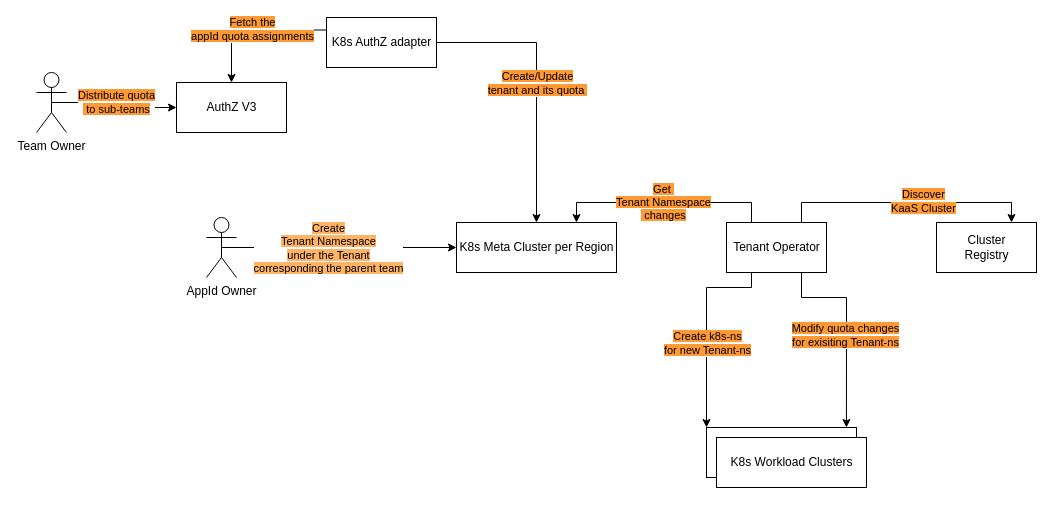
Before: Solution2.drawio in Purushotham233/first_app, a draw.io diagram. Source tidied: cells renumbered, new cells numbered last; positions are measured from the earlier drawing's top-left corner, leaving out a move shared by most shapes. Both pictures are drawn from the tidied source at 100%, with x=0, y=0 at pixel (36, 17).
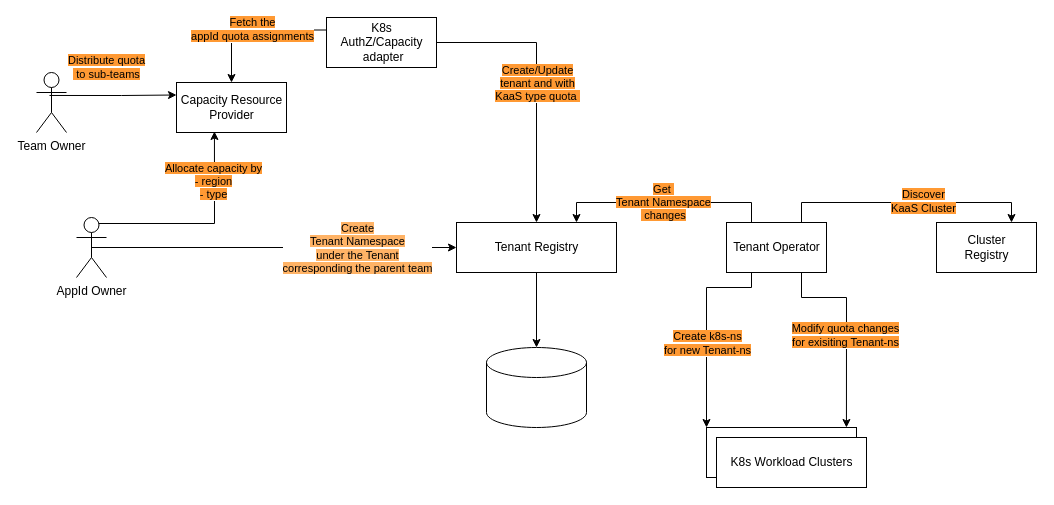
Above is the later version.

Unchanged cells that the change refers to:
```xml
<mxCell id="3" style="edgeStyle=orthogonalEdgeStyle;rounded=0;jettySize=auto;html=1;exitX=1;exitY=0.5;exitDx=0;exitDy=0;" parent="1" edge="1" source="6" target="7">
  <mxGeometry relative="1" as="geometry" />
</mxCell>
<mxCell id="9" value="Team Owner" style="shape=umlActor;verticalLabelPosition=bottom;verticalAlign=top;html=1;" parent="1" vertex="1">
  <mxGeometry y="55" width="30" height="60" as="geometry" />
</mxCell>
<mxCell id="10" style="edgeStyle=orthogonalEdgeStyle;rounded=0;jettySize=auto;html=1;exitX=0.5;exitY=0.5;exitDx=0;exitDy=0;exitPerimeter=0;entryX=0;entryY=0.5;entryDx=0;entryDy=0;" parent="1" edge="1" source="12" target="7">
  <mxGeometry relative="1" as="geometry" />
</mxCell>
```

The edit, as a diff of the source:
```diff
@@
-    <mxCell id="2" value="AuthZ V3" style="html=1;" parent="1" vertex="1">
+    <mxCell id="2" value="Capacity Resource &lt;br&gt;Provider" style="html=1;" parent="1" vertex="1">
       <mxGeometry x="140" y="65" width="110" height="50" as="geometry" />
     </mxCell>
@@
-    <mxCell id="4" value="&lt;span style=&quot;background-color: rgb(255 , 153 , 51)&quot;&gt;Create/Update &lt;br&gt;tenant and its quota&amp;nbsp;&lt;/span&gt;" style="edgeLabel;html=1;align=center;verticalAlign=middle;" parent="3" vertex="1">
+    <mxCell id="4" value="&lt;span style=&quot;background-color: rgb(255 , 153 , 51)&quot;&gt;Create/Update &lt;br&gt;tenant and with &lt;br&gt;KaaS type quota&amp;nbsp;&lt;/span&gt;" style="edgeLabel;html=1;align=center;verticalAlign=middle;" parent="3" vertex="1">
       <mxGeometry relative="1" as="geometry" />
     </mxCell>
@@
-    <mxCell id="6" value="K8s AuthZ adapter" style="html=1;" parent="1" vertex="1">
+    <mxCell id="6" value="K8s &lt;br&gt;AuthZ/Capacity&lt;br&gt;&amp;nbsp;adapter" style="html=1;" parent="1" vertex="1">
       <mxGeometry x="290" width="110" height="50" as="geometry" />
     </mxCell>
+    <mxCell id="24" style="edgeStyle=orthogonalEdgeStyle;rounded=0;jettySize=auto;html=1;exitX=0.5;exitY=1;exitDx=0;exitDy=0;entryX=0.5;entryY=0;entryDx=0;entryDy=0;entryPerimeter=0;" parent="1" edge="1" source="7" target="27">
+      <mxGeometry relative="1" as="geometry" />
+    </mxCell>
-    <mxCell id="7" value="K8s Meta Cluster per Region" style="html=1;" parent="1" vertex="1">
+    <mxCell id="7" value="Tenant Registry" style="html=1;" parent="1" vertex="1">
       <mxGeometry x="420" y="205" width="160" height="50" as="geometry" />
     </mxCell>
-    <mxCell id="8" value="&lt;span style=&quot;background-color: rgb(255 , 153 , 51)&quot;&gt;Distribute quota&lt;br&gt;&amp;nbsp;to sub-teams&lt;/span&gt;" style="edgeStyle=orthogonalEdgeStyle;rounded=0;jettySize=auto;html=1;exitX=0.5;exitY=0.5;exitDx=0;exitDy=0;exitPerimeter=0;entryX=0;entryY=0.5;entryDx=0;entryDy=0;" parent="1" edge="1" source="9" target="2">
-      <mxGeometry relative="1" as="geometry" />
+    <mxCell id="8" value="&lt;span style=&quot;background-color: rgb(255 , 153 , 51)&quot;&gt;Distribute quota&lt;br&gt;&amp;nbsp;to sub-teams&lt;/span&gt;" style="edgeStyle=orthogonalEdgeStyle;rounded=0;jettySize=auto;html=1;exitX=0.433;exitY=0.383;exitDx=0;exitDy=0;exitPerimeter=0;entryX=0;entryY=0.25;entryDx=0;entryDy=0;" parent="1" edge="1" source="9" target="2">
+      <mxGeometry x="-0.11" y="28" relative="1" as="geometry" />
     </mxCell>
@@
     <mxCell id="11" value="&lt;span style=&quot;background-color: rgb(255 , 179 , 102)&quot;&gt;Create &lt;br&gt;Tenant Namespace&lt;br&gt;under the Tenant &lt;br&gt;corresponding the parent team&lt;/span&gt;" style="edgeLabel;html=1;align=center;verticalAlign=middle;" parent="10" vertex="1">
-      <mxGeometry x="-0.1" relative="1" as="geometry" />
+      <mxGeometry x="-0.1" relative="1" as="geometry">
+        <mxPoint x="101" as="offset" />
+      </mxGeometry>
     </mxCell>
+    <mxCell id="25" style="edgeStyle=orthogonalEdgeStyle;rounded=0;jettySize=auto;html=1;exitX=0.75;exitY=0.1;exitDx=0;exitDy=0;exitPerimeter=0;entryX=0.345;entryY=0.98;entryDx=0;entryDy=0;entryPerimeter=0;" parent="1" edge="1" source="12" target="2">
+      <mxGeometry relative="1" as="geometry" />
+    </mxCell>
+    <mxCell id="26" value="&lt;span style=&quot;background-color: rgb(255 , 153 , 51)&quot;&gt;Allocate capacity by &lt;br&gt;- region&lt;br&gt;- type&lt;/span&gt;" style="edgeLabel;html=1;align=center;verticalAlign=middle;" parent="25" vertex="1">
+      <mxGeometry x="0.52" y="1" relative="1" as="geometry" />
+    </mxCell>
     <mxCell id="12" value="AppId Owner" style="shape=umlActor;verticalLabelPosition=bottom;verticalAlign=top;html=1;" parent="1" vertex="1">
-      <mxGeometry x="170" y="200" width="30" height="60" as="geometry" />
+      <mxGeometry x="40" y="200" width="30" height="60" as="geometry" />
     </mxCell>
@@
+    <mxCell id="27" style="shape=cylinder3;whiteSpace=wrap;html=1;boundedLbl=1;backgroundOutline=1;size=15;glass=1;sketch=0;fillColor=none;" parent="1" vertex="1">
+      <mxGeometry x="450" y="330" width="100" height="80" as="geometry" />
+    </mxCell>
```
